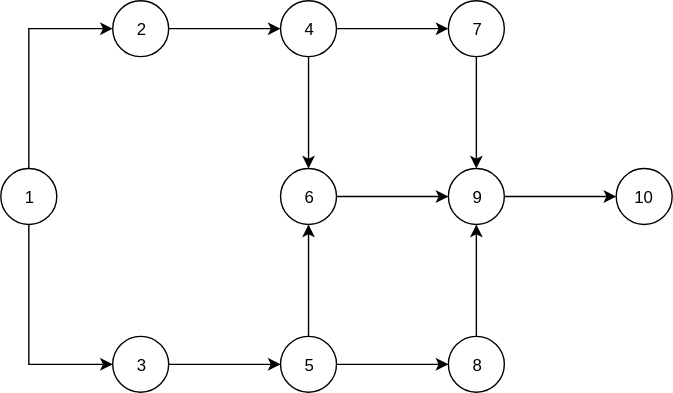
Above: Untitled Diagram.svg in heiok/Git-tutorial (draw.io), before the change. Source tidied: cells renumbered, new cells last; positions are measured from the earlier drawing's top-left corner, leaving out a move shared by most shapes.
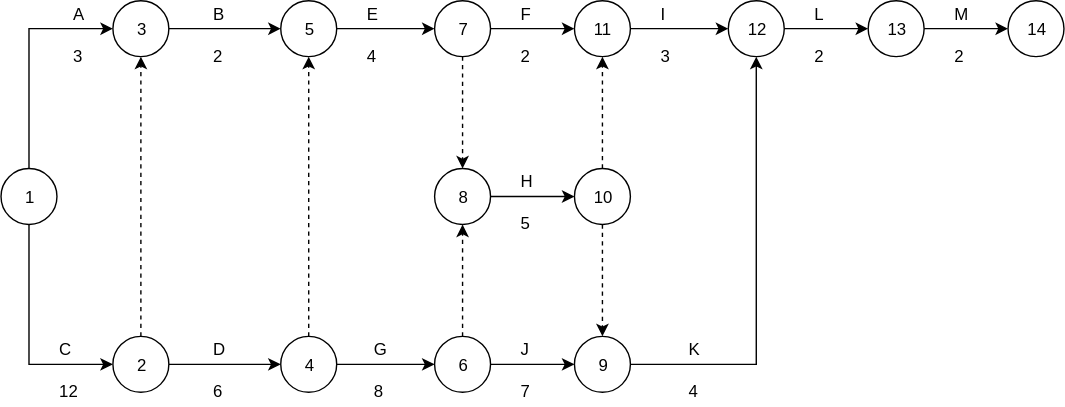
The same file after the commit.

The edit, as a diff of the source:
```diff
@@ -2,75 +2,193 @@
   <root>
     <mxCell id="0" />
     <mxCell id="1" parent="0" />
-    <mxCell id="2" style="edgeStyle=orthogonalEdgeStyle;rounded=0;jettySize=auto;html=1;exitX=0.5;exitY=0;exitDx=0;exitDy=0;entryX=0;entryY=0.5;entryDx=0;entryDy=0;" parent="1" edge="1" source="4" target="18">
-      <mxGeometry relative="1" as="geometry" />
+    <mxCell id="2" style="edgeStyle=orthogonalEdgeStyle;rounded=0;jettySize=auto;html=1;entryX=0;entryY=0.5;entryDx=0;entryDy=0;" parent="1" edge="1" source="4" target="18">
+      <mxGeometry relative="1" as="geometry">
+        <Array as="points">
+          <mxPoint x="-100" y="140" />
+        </Array>
+      </mxGeometry>
     </mxCell>
-    <mxCell id="3" style="edgeStyle=orthogonalEdgeStyle;rounded=0;jettySize=auto;html=1;entryX=0;entryY=0.5;entryDx=0;entryDy=0;" parent="1" edge="1" source="4" target="6">
-      <mxGeometry relative="1" as="geometry">
-        <Array as="points">
-          <mxPoint x="20" y="260" />
-        </Array>
-      </mxGeometry>
-    </mxCell>
     <mxCell id="4" value="1" style="ellipse;whiteSpace=wrap;html=1;" parent="1" vertex="1">
-      <mxGeometry y="120" width="40" height="40" as="geometry" />
+      <mxGeometry x="-120" width="40" height="40" as="geometry" />
     </mxCell>
-    <mxCell id="5" style="edgeStyle=orthogonalEdgeStyle;rounded=0;jettySize=auto;html=1;" parent="1" edge="1" source="6" target="9">
-      <mxGeometry relative="1" as="geometry" />
-    </mxCell>
-    <mxCell id="6" value="3" style="ellipse;whiteSpace=wrap;html=1;" parent="1" vertex="1">
-      <mxGeometry x="80" y="240" width="40" height="40" as="geometry" />
-    </mxCell>
-    <mxCell id="7" style="edgeStyle=orthogonalEdgeStyle;rounded=0;jettySize=auto;html=1;" parent="1" edge="1" source="9" target="21">
-      <mxGeometry relative="1" as="geometry" />
-    </mxCell>
-    <mxCell id="8" style="edgeStyle=orthogonalEdgeStyle;rounded=0;jettySize=auto;html=1;" parent="1" edge="1" source="9" target="16">
-      <mxGeometry relative="1" as="geometry" />
-    </mxCell>
-    <mxCell id="9" value="5" style="ellipse;whiteSpace=wrap;html=1;" parent="1" vertex="1">
-      <mxGeometry x="200" y="240" width="40" height="40" as="geometry" />
-    </mxCell>
-    <mxCell id="10" style="edgeStyle=orthogonalEdgeStyle;rounded=0;jettySize=auto;html=1;" parent="1" edge="1" source="12" target="23">
-      <mxGeometry relative="1" as="geometry" />
-    </mxCell>
+    <mxCell id="24" value="14" style="ellipse;whiteSpace=wrap;html=1;" parent="1" vertex="1">
+      <mxGeometry x="600" y="-120" width="40" height="40" as="geometry" />
+    </mxCell>
+    <mxCell id="17" style="edgeStyle=orthogonalEdgeStyle;rounded=0;jettySize=auto;html=1;" parent="1" edge="1" source="18" target="12">
+      <mxGeometry relative="1" as="geometry" />
+    </mxCell>
+    <mxCell id="25" style="edgeStyle=orthogonalEdgeStyle;rounded=0;jettySize=auto;html=1;dashed=1;entryX=0.5;entryY=1;entryDx=0;entryDy=0;" parent="1" edge="1" source="18" target="6">
+      <mxGeometry relative="1" as="geometry" />
+    </mxCell>
+    <mxCell id="18" value="2" style="ellipse;whiteSpace=wrap;html=1;" parent="1" vertex="1">
+      <mxGeometry x="-40" y="120" width="40" height="40" as="geometry" />
+    </mxCell>
     <mxCell id="11" style="edgeStyle=orthogonalEdgeStyle;rounded=0;jettySize=auto;html=1;" parent="1" edge="1" source="12" target="16">
       <mxGeometry relative="1" as="geometry" />
     </mxCell>
+    <mxCell id="26" style="edgeStyle=orthogonalEdgeStyle;rounded=0;jettySize=auto;html=1;dashed=1;entryX=0.5;entryY=1;entryDx=0;entryDy=0;" parent="1" edge="1" source="12" target="9">
+      <mxGeometry relative="1" as="geometry" />
+    </mxCell>
     <mxCell id="12" value="4" style="ellipse;whiteSpace=wrap;html=1;" parent="1" vertex="1">
-      <mxGeometry x="200" width="40" height="40" as="geometry" />
+      <mxGeometry x="80" y="120" width="40" height="40" as="geometry" />
     </mxCell>
-    <mxCell id="13" style="edgeStyle=orthogonalEdgeStyle;rounded=0;jettySize=auto;html=1;" parent="1" edge="1" source="14" target="19">
-      <mxGeometry relative="1" as="geometry" />
-    </mxCell>
-    <mxCell id="14" value="9" style="ellipse;whiteSpace=wrap;html=1;" parent="1" vertex="1">
-      <mxGeometry x="320" y="120" width="40" height="40" as="geometry" />
-    </mxCell>
+    <mxCell id="27" style="edgeStyle=orthogonalEdgeStyle;rounded=0;jettySize=auto;html=1;dashed=1;" parent="1" edge="1" source="16" target="21">
+      <mxGeometry relative="1" as="geometry" />
+    </mxCell>
     <mxCell id="15" style="edgeStyle=orthogonalEdgeStyle;rounded=0;jettySize=auto;html=1;" parent="1" edge="1" source="16" target="14">
       <mxGeometry relative="1" as="geometry" />
     </mxCell>
     <mxCell id="16" value="6" style="ellipse;whiteSpace=wrap;html=1;" parent="1" vertex="1">
-      <mxGeometry x="200" y="120" width="40" height="40" as="geometry" />
+      <mxGeometry x="190" y="120" width="40" height="40" as="geometry" />
     </mxCell>
-    <mxCell id="17" style="edgeStyle=orthogonalEdgeStyle;rounded=0;jettySize=auto;html=1;" parent="1" edge="1" source="18" target="12">
-      <mxGeometry relative="1" as="geometry" />
-    </mxCell>
-    <mxCell id="18" value="2" style="ellipse;whiteSpace=wrap;html=1;" parent="1" vertex="1">
-      <mxGeometry x="80" width="40" height="40" as="geometry" />
-    </mxCell>
+    <mxCell id="6" value="3" style="ellipse;whiteSpace=wrap;html=1;" parent="1" vertex="1">
+      <mxGeometry x="-40" y="-120" width="40" height="40" as="geometry" />
+    </mxCell>
+    <mxCell id="28" style="edgeStyle=orthogonalEdgeStyle;rounded=0;jettySize=auto;html=1;" parent="1" edge="1" source="9" target="23">
+      <mxGeometry relative="1" as="geometry" />
+    </mxCell>
+    <mxCell id="9" value="5" style="ellipse;whiteSpace=wrap;html=1;" parent="1" vertex="1">
+      <mxGeometry x="80" y="-120" width="40" height="40" as="geometry" />
+    </mxCell>
+    <mxCell id="29" style="edgeStyle=orthogonalEdgeStyle;rounded=0;jettySize=auto;html=1;" parent="1" edge="1" source="30" target="24">
+      <mxGeometry relative="1" as="geometry" />
+    </mxCell>
+    <mxCell id="30" value="13" style="ellipse;whiteSpace=wrap;html=1;" parent="1" vertex="1">
+      <mxGeometry x="500" y="-120" width="40" height="40" as="geometry" />
+    </mxCell>
+    <mxCell id="31" style="edgeStyle=orthogonalEdgeStyle;rounded=0;jettySize=auto;html=1;" parent="1" edge="1" source="32" target="30">
+      <mxGeometry relative="1" as="geometry" />
+    </mxCell>
+    <mxCell id="32" value="12" style="ellipse;whiteSpace=wrap;html=1;" parent="1" vertex="1">
+      <mxGeometry x="400" y="-120" width="40" height="40" as="geometry" />
+    </mxCell>
+    <mxCell id="33" style="edgeStyle=orthogonalEdgeStyle;rounded=0;jettySize=auto;html=1;" parent="1" edge="1" source="34" target="32">
+      <mxGeometry relative="1" as="geometry" />
+    </mxCell>
+    <mxCell id="34" value="11" style="ellipse;whiteSpace=wrap;html=1;" parent="1" vertex="1">
+      <mxGeometry x="290" y="-120" width="40" height="40" as="geometry" />
+    </mxCell>
+    <mxCell id="35" style="edgeStyle=orthogonalEdgeStyle;rounded=0;jettySize=auto;html=1;" parent="1" edge="1" source="23" target="34">
+      <mxGeometry relative="1" as="geometry" />
+    </mxCell>
+    <mxCell id="36" style="edgeStyle=orthogonalEdgeStyle;rounded=0;jettySize=auto;html=1;dashed=1;" parent="1" edge="1" source="23" target="21">
+      <mxGeometry relative="1" as="geometry" />
+    </mxCell>
+    <mxCell id="23" value="7" style="ellipse;whiteSpace=wrap;html=1;" parent="1" vertex="1">
+      <mxGeometry x="190" y="-120" width="40" height="40" as="geometry" />
+    </mxCell>
+    <mxCell id="37" style="edgeStyle=orthogonalEdgeStyle;rounded=0;jettySize=auto;html=1;dashed=1;" parent="1" edge="1" source="19" target="34">
+      <mxGeometry relative="1" as="geometry" />
+    </mxCell>
+    <mxCell id="38" style="edgeStyle=orthogonalEdgeStyle;rounded=0;jettySize=auto;html=1;dashed=1;" parent="1" edge="1" source="19" target="14">
+      <mxGeometry relative="1" as="geometry" />
+    </mxCell>
     <mxCell id="19" value="10" style="ellipse;whiteSpace=wrap;html=1;" parent="1" vertex="1">
-      <mxGeometry x="440" y="120" width="40" height="40" as="geometry" />
+      <mxGeometry x="290" width="40" height="40" as="geometry" />
     </mxCell>
-    <mxCell id="20" style="edgeStyle=orthogonalEdgeStyle;rounded=0;jettySize=auto;html=1;" parent="1" edge="1" source="21" target="14">
-      <mxGeometry relative="1" as="geometry" />
-    </mxCell>
+    <mxCell id="39" style="edgeStyle=orthogonalEdgeStyle;rounded=0;jettySize=auto;html=1;" parent="1" edge="1" source="21" target="19">
+      <mxGeometry relative="1" as="geometry" />
+    </mxCell>
     <mxCell id="21" value="8" style="ellipse;whiteSpace=wrap;html=1;" parent="1" vertex="1">
-      <mxGeometry x="320" y="240" width="40" height="40" as="geometry" />
+      <mxGeometry x="190" width="40" height="40" as="geometry" />
     </mxCell>
-    <mxCell id="22" style="edgeStyle=orthogonalEdgeStyle;rounded=0;jettySize=auto;html=1;" parent="1" edge="1" source="23" target="14">
-      <mxGeometry relative="1" as="geometry" />
-    </mxCell>
-    <mxCell id="23" value="7" style="ellipse;whiteSpace=wrap;html=1;" parent="1" vertex="1">
-      <mxGeometry x="320" width="40" height="40" as="geometry" />
-    </mxCell>
+    <mxCell id="40" style="edgeStyle=orthogonalEdgeStyle;rounded=0;jettySize=auto;html=1;entryX=0.5;entryY=1;entryDx=0;entryDy=0;" parent="1" edge="1" source="14" target="32">
+      <mxGeometry relative="1" as="geometry" />
+    </mxCell>
+    <mxCell id="14" value="9" style="ellipse;whiteSpace=wrap;html=1;" parent="1" vertex="1">
+      <mxGeometry x="290" y="120" width="40" height="40" as="geometry" />
+    </mxCell>
+    <mxCell id="41" style="endArrow=classic;html=1;entryX=0;entryY=0.5;entryDx=0;entryDy=0;arcSize=0;" parent="1" edge="1" target="6">
+      <mxGeometry relative="1" as="geometry">
+        <mxPoint x="-100" as="sourcePoint" />
+        <Array as="points">
+          <mxPoint x="-100" y="-100" />
+        </Array>
+      </mxGeometry>
+    </mxCell>
+    <mxCell id="42" style="endArrow=classic;html=1;entryX=0;entryY=0.5;entryDx=0;entryDy=0;" parent="1" edge="1" target="9">
+      <mxGeometry relative="1" as="geometry">
+        <mxPoint y="-100" as="sourcePoint" />
+      </mxGeometry>
+    </mxCell>
+    <mxCell id="43" value="A" style="text;html=1;align=left;verticalAlign=top;spacingTop=-4;" parent="1" vertex="1">
+      <mxGeometry x="-70" y="-120" width="20" height="20" as="geometry" />
+    </mxCell>
+    <mxCell id="44" value="G" style="text;html=1;align=left;verticalAlign=top;spacingTop=-4;" parent="1" vertex="1">
+      <mxGeometry x="145" y="120" width="20" height="20" as="geometry" />
+    </mxCell>
+    <mxCell id="45" value="D" style="text;html=1;align=left;verticalAlign=top;spacingTop=-4;" parent="1" vertex="1">
+      <mxGeometry x="30" y="120" width="20" height="20" as="geometry" />
+    </mxCell>
+    <mxCell id="46" value="C" style="text;html=1;align=left;verticalAlign=top;spacingTop=-4;" parent="1" vertex="1">
+      <mxGeometry x="-80" y="120" width="20" height="20" as="geometry" />
+    </mxCell>
+    <mxCell id="47" value="M" style="text;html=1;align=left;verticalAlign=top;spacingTop=-4;" parent="1" vertex="1">
+      <mxGeometry x="560" y="-120" width="30" height="20" as="geometry" />
+    </mxCell>
+    <mxCell id="48" value="L" style="text;html=1;align=left;verticalAlign=top;spacingTop=-4;" parent="1" vertex="1">
+      <mxGeometry x="460" y="-120" width="20" height="20" as="geometry" />
+    </mxCell>
+    <mxCell id="49" value="I" style="text;html=1;align=left;verticalAlign=top;spacingTop=-4;" parent="1" vertex="1">
+      <mxGeometry x="350" y="-120" width="20" height="20" as="geometry" />
+    </mxCell>
+    <mxCell id="50" value="F" style="text;html=1;align=left;verticalAlign=top;spacingTop=-4;" parent="1" vertex="1">
+      <mxGeometry x="250" y="-120" width="20" height="20" as="geometry" />
+    </mxCell>
+    <mxCell id="51" value="E" style="text;html=1;align=left;verticalAlign=top;spacingTop=-4;" parent="1" vertex="1">
+      <mxGeometry x="140" y="-120" width="20" height="20" as="geometry" />
+    </mxCell>
+    <mxCell id="52" value="B" style="text;html=1;align=left;verticalAlign=top;spacingTop=-4;" parent="1" vertex="1">
+      <mxGeometry x="30" y="-120" width="20" height="20" as="geometry" />
+    </mxCell>
+    <mxCell id="53" value="J" style="text;html=1;align=left;verticalAlign=top;spacingTop=-4;" parent="1" vertex="1">
+      <mxGeometry x="250" y="120" width="20" height="20" as="geometry" />
+    </mxCell>
+    <mxCell id="54" value="K" style="text;html=1;align=left;verticalAlign=top;spacingTop=-4;" parent="1" vertex="1">
+      <mxGeometry x="370" y="120" width="20" height="20" as="geometry" />
+    </mxCell>
+    <mxCell id="55" value="H" style="text;html=1;align=left;verticalAlign=top;spacingTop=-4;" parent="1" vertex="1">
+      <mxGeometry x="250" width="20" height="20" as="geometry" />
+    </mxCell>
+    <mxCell id="56" value="4" style="text;html=1;align=left;verticalAlign=top;spacingTop=-4;" parent="1" vertex="1">
+      <mxGeometry x="140" y="-90" width="20" height="20" as="geometry" />
+    </mxCell>
+    <mxCell id="57" value="2" style="text;html=1;align=left;verticalAlign=top;spacingTop=-4;" parent="1" vertex="1">
+      <mxGeometry x="30" y="-90" width="20" height="20" as="geometry" />
+    </mxCell>
+    <mxCell id="58" value="3" style="text;html=1;align=left;verticalAlign=top;spacingTop=-4;" parent="1" vertex="1">
+      <mxGeometry x="-70" y="-90" width="20" height="20" as="geometry" />
+    </mxCell>
+    <mxCell id="59" value="2" style="text;html=1;align=left;verticalAlign=top;spacingTop=-4;" parent="1" vertex="1">
+      <mxGeometry x="250" y="-90" width="20" height="20" as="geometry" />
+    </mxCell>
+    <mxCell id="60" value="3" style="text;html=1;align=left;verticalAlign=top;spacingTop=-4;" parent="1" vertex="1">
+      <mxGeometry x="350" y="-90" width="20" height="20" as="geometry" />
+    </mxCell>
+    <mxCell id="61" value="2" style="text;html=1;align=left;verticalAlign=top;spacingTop=-4;" parent="1" vertex="1">
+      <mxGeometry x="460" y="-90" width="20" height="20" as="geometry" />
+    </mxCell>
+    <mxCell id="62" value="2" style="text;html=1;align=left;verticalAlign=top;spacingTop=-4;" parent="1" vertex="1">
+      <mxGeometry x="560" y="-90" width="20" height="20" as="geometry" />
+    </mxCell>
+    <mxCell id="63" value="4" style="text;html=1;align=left;verticalAlign=top;spacingTop=-4;" parent="1" vertex="1">
+      <mxGeometry x="370" y="150" width="20" height="20" as="geometry" />
+    </mxCell>
+    <mxCell id="64" value="8" style="text;html=1;align=left;verticalAlign=top;spacingTop=-4;" parent="1" vertex="1">
+      <mxGeometry x="145" y="150" width="20" height="20" as="geometry" />
+    </mxCell>
+    <mxCell id="65" value="12" style="text;html=1;align=left;verticalAlign=top;spacingTop=-4;" parent="1" vertex="1">
+      <mxGeometry x="-80" y="150" width="30" height="20" as="geometry" />
+    </mxCell>
+    <mxCell id="66" value="6" style="text;html=1;align=left;verticalAlign=top;spacingTop=-4;" parent="1" vertex="1">
+      <mxGeometry x="30" y="150" width="20" height="20" as="geometry" />
+    </mxCell>
+    <mxCell id="67" value="7" style="text;html=1;align=left;verticalAlign=top;spacingTop=-4;" parent="1" vertex="1">
+      <mxGeometry x="250" y="150" width="20" height="20" as="geometry" />
+    </mxCell>
+    <mxCell id="68" value="5" style="text;html=1;align=left;verticalAlign=top;spacingTop=-4;" parent="1" vertex="1">
+      <mxGeometry x="250" y="30" width="20" height="20" as="geometry" />
+    </mxCell>
   </root>
 </mxGraphModel>
```
